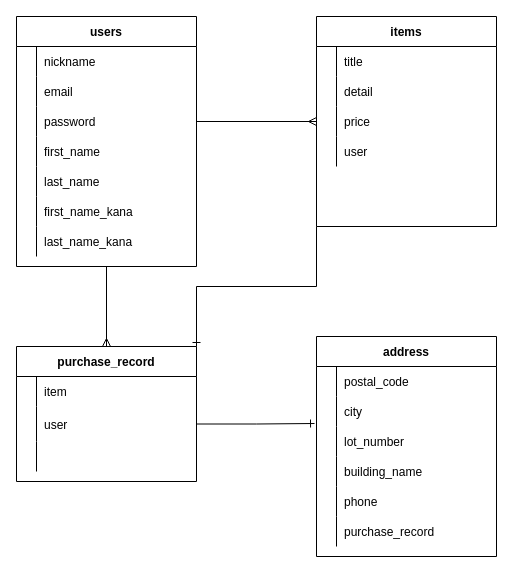
mayuko-okamoto/furima-30349 keeps this draw.io diagram as test.dio. Above is the earlier version. Source tidied: cells renumbered, new cells numbered last; positions are measured from the earlier drawing's top-left corner, leaving out a move shared by most shapes. Both pictures are drawn from the tidied source at 100%, with x=0, y=0 at pixel (16, 16).
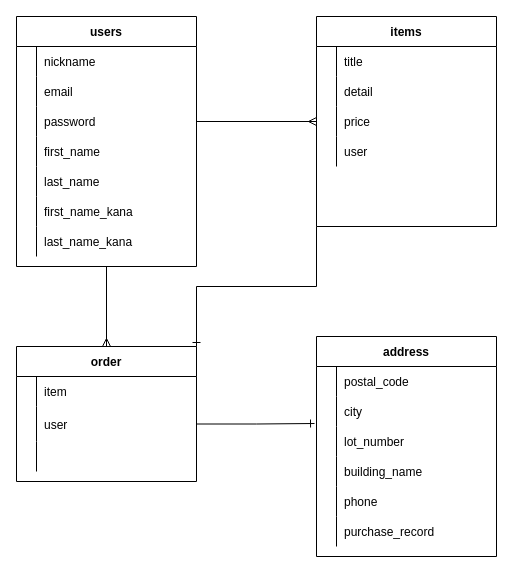
The same page after the edit.

The edit, as a diff of the source:
```diff
@@
-    <mxCell id="25" value="purchase_record" style="shape=table;startSize=30;childLayout=tableLayout;rowLines=0;fontStyle=1;align=center;" parent="1" vertex="1">
+    <mxCell id="25" value="order" style="shape=table;startSize=30;childLayout=tableLayout;rowLines=0;fontStyle=1;align=center;" parent="1" vertex="1">
       <mxGeometry y="330" width="180" height="135" as="geometry" />
     </mxCell>
```
